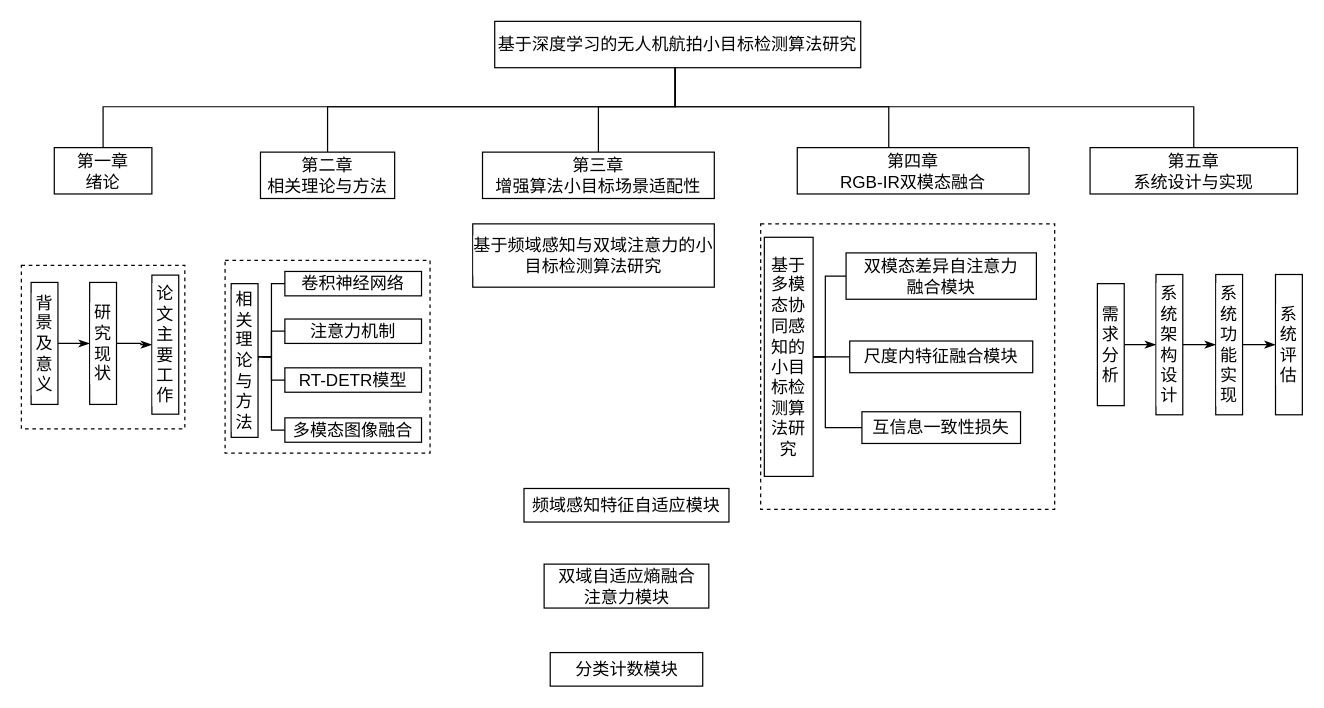
Above: DrawIO_file/毕业论文画图/章节安排结构图.drawio in DingDongZz/typera_PicGO (draw.io), before the change. Source tidied: cells renumbered, new cells numbered last; positions are measured from the earlier drawing's top-left corner, leaving out a move shared by most shapes. Both pictures are drawn from the tidied source at 122%, with x=0, y=0 at pixel (21, 21).
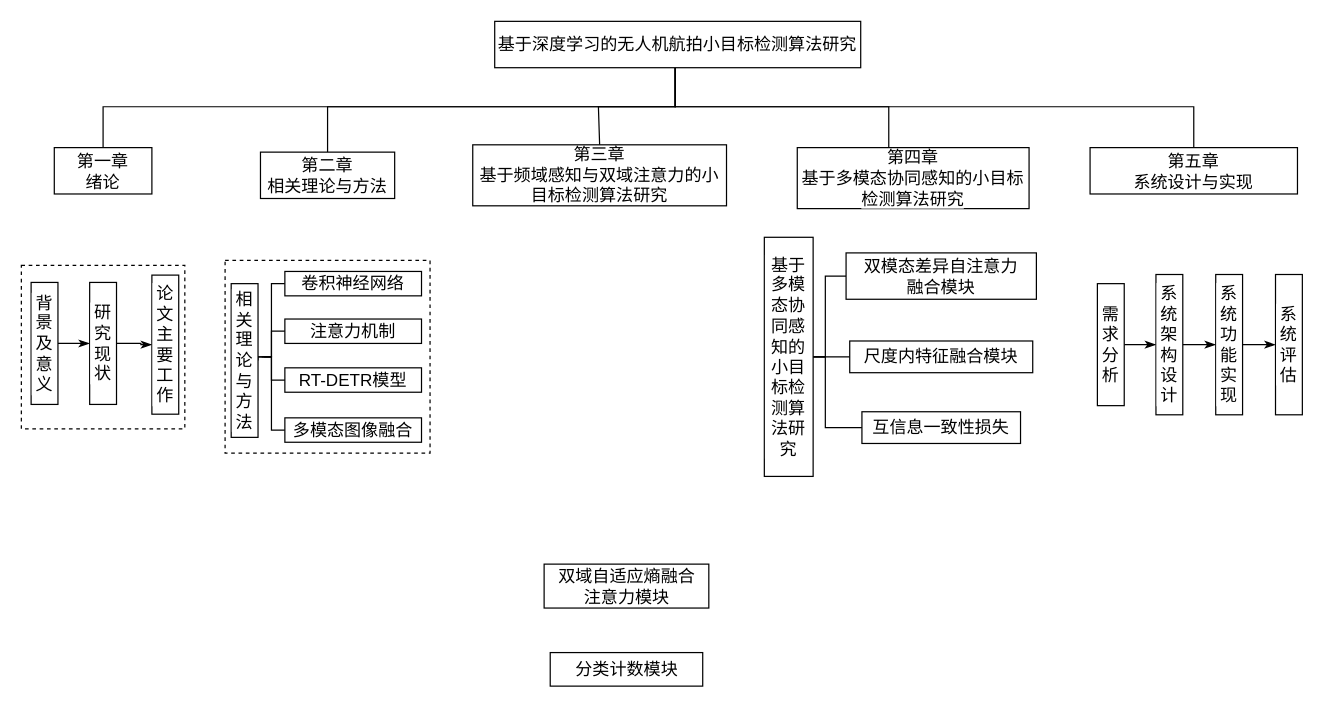
The same page after the edit.

Commit message (it also covers changes not shown here):
更新章节安排结构图.drawio

What changed in the source:
```diff
@@
-    <mxCell id="10" value="第三章&lt;div&gt;增强算法小目标场景适配性&lt;/div&gt;" style="rounded=0;whiteSpace=wrap;html=1;fontFamily=宋体;fontSize=14;" parent="1" vertex="1">
-      <mxGeometry x="378" y="107.2" width="190" height="38" as="geometry" />
+    <mxCell id="10" value="第三章&lt;div&gt;&lt;span style=&quot;background-color: rgb(255, 255, 255);&quot;&gt;基于频域感知与双域注意力的小目标检测算法研究&lt;/span&gt;&lt;/div&gt;" style="rounded=0;whiteSpace=wrap;html=1;fontFamily=宋体;fontSize=14;" parent="1" vertex="1">
+      <mxGeometry x="370" y="101.2" width="208" height="50" as="geometry" />
     </mxCell>
-    <mxCell id="11" value="第四章&lt;div&gt;RGB-IR双模态融合&lt;/div&gt;" style="rounded=0;whiteSpace=wrap;html=1;fontFamily=宋体;fontSize=14;" parent="1" vertex="1">
-      <mxGeometry x="636" y="103.5" width="190" height="38" as="geometry" />
+    <mxCell id="11" value="第四章&lt;div&gt;&lt;span style=&quot;background-color: rgb(255, 255, 255);&quot;&gt;基于多模态协同感知的小目标检测算法研究&lt;/span&gt;&lt;/div&gt;" style="rounded=0;whiteSpace=wrap;html=1;fontFamily=宋体;fontSize=14;" parent="1" vertex="1">
+      <mxGeometry x="636" y="103.5" width="190" height="50" as="geometry" />
     </mxCell>
@@
-    <mxCell id="13" value="&lt;span&gt;基于频域感知与双域注意力的小目标检测算法研究&lt;/span&gt;" style="rounded=0;whiteSpace=wrap;html=1;fontFamily=宋体;fontSize=14;fontColor=default;labelBackgroundColor=default;horizontal=1;verticalAlign=middle;" parent="1" vertex="1">
-      <mxGeometry x="370" y="166" width="198" height="51.9" as="geometry" />
-    </mxCell>
-    <mxCell id="14" value="&lt;span&gt;频域感知特征自适应模块&lt;/span&gt;" style="rounded=0;whiteSpace=wrap;html=1;fontFamily=宋体;fontSize=14;fontColor=default;labelBackgroundColor=default;horizontal=1;verticalAlign=middle;" parent="1" vertex="1">
-      <mxGeometry x="412" y="382.9" width="168" height="27.5" as="geometry" />
-    </mxCell>
@@
-    <mxCell id="37" style="rounded=0;whiteSpace=wrap;html=1;fontFamily=宋体;fontSize=13;labelBackgroundColor=default;fillColor=none;dashed=1;" parent="1" vertex="1">
-      <mxGeometry x="606" y="166" width="241" height="234" as="geometry" />
-    </mxCell>
```
